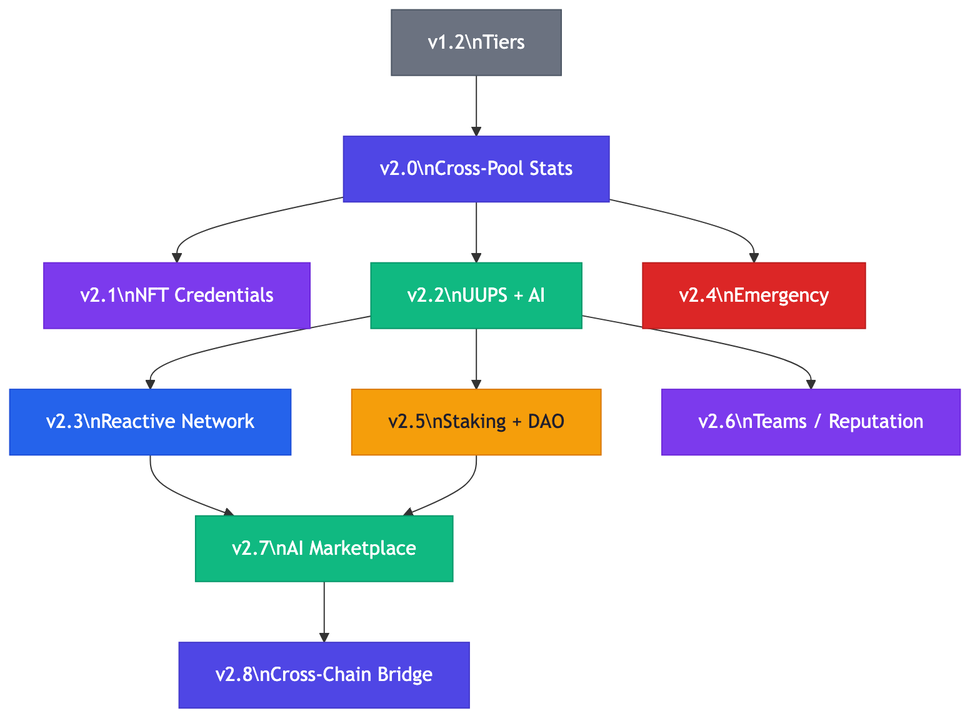
guglxni/the-fixer-hook keeps this Mermaid diagram as docs/diagrams/ENHANCEMENT_BRAINSTORM_13.png. Above is the earlier version. Its source is kept beside it as docs/diagrams/ENHANCEMENT_BRAINSTORM_13.mmd. Its diagram source:
```mermaid
flowchart TD
    V12["v1.2\nTiers"] --> V20["v2.0\nCross-Pool Stats"]
    V20 --> V21["v2.1\nNFT Credentials"]
    V20 --> V22["v2.2\nUUPS + AI"]
    V20 --> V24["v2.4\nEmergency"]
    V22 --> V23["v2.3\nReactive Network"]
    V22 --> V25["v2.5\nStaking + DAO"]
    V22 --> V26["v2.6\nTeams / Reputation"]
    V23 --> V27["v2.7\nAI Marketplace"]
    V25 --> V27
    V27 --> V28["v2.8\nCross-Chain Bridge"]

    style V12 fill:#6B7280,color:#FFFFFF,stroke:#4B5563
    style V20 fill:#4F46E5,color:#FFFFFF,stroke:#4338CA
    style V21 fill:#7C3AED,color:#FFFFFF,stroke:#6D28D9
    style V22 fill:#10B981,color:#FFFFFF,stroke:#059669
    style V24 fill:#DC2626,color:#FFFFFF,stroke:#B91C1C
    style V23 fill:#2563EB,color:#FFFFFF,stroke:#1D4ED8
    style V25 fill:#F59E0B,color:#1E1E2E,stroke:#D97706
    style V26 fill:#7C3AED,color:#FFFFFF,stroke:#6D28D9
    style V27 fill:#10B981,color:#FFFFFF,stroke:#059669
    style V28 fill:#4F46E5,color:#FFFFFF,stroke:#4338CA
```
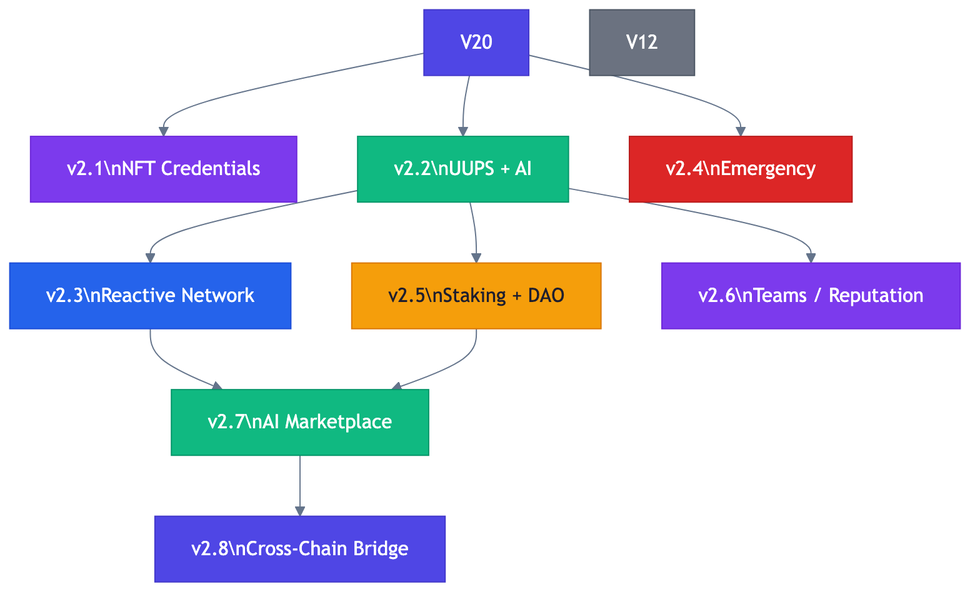
After the commit.

What changed in the source:
```diff
@@ -1,5 +1,5 @@
+%%{init: {'theme': 'neutral', 'themeVariables': { 'primaryColor': '#2563eb', 'primaryTextColor': '#1e293b', 'primaryBorderColor': '#3b82f6', 'lineColor': '#64748b', 'secondaryColor': '#f1f5f9', 'tertiaryColor': '#e2e8f0'}}}%%
 flowchart TD
-    V12["v1.2\nTiers"] --> V20["v2.0\nCross-Pool Stats"]
     V20 --> V21["v2.1\nNFT Credentials"]
     V20 --> V22["v2.2\nUUPS + AI"]
     V20 --> V24["v2.4\nEmergency"]
@@ -9,7 +9,6 @@
     V23 --> V27["v2.7\nAI Marketplace"]
     V25 --> V27
     V27 --> V28["v2.8\nCross-Chain Bridge"]
-
     style V12 fill:#6B7280,color:#FFFFFF,stroke:#4B5563
     style V20 fill:#4F46E5,color:#FFFFFF,stroke:#4338CA
     style V21 fill:#7C3AED,color:#FFFFFF,stroke:#6D28D9
```
